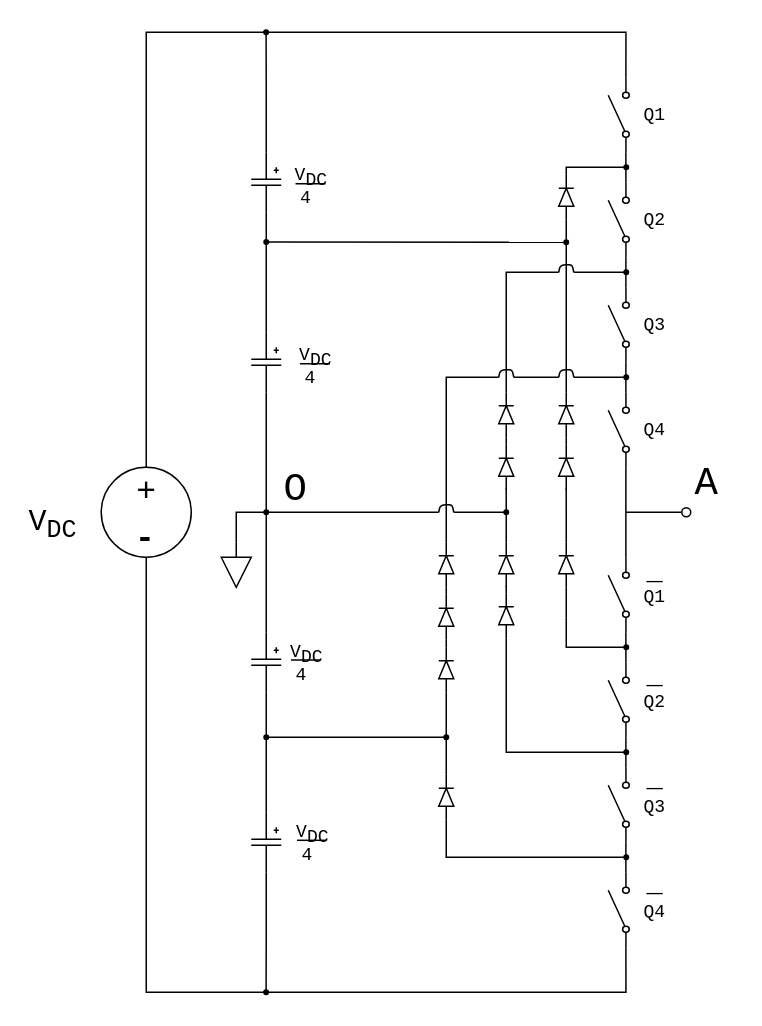
Before: DCMI.drawio in thece36/drawio, a draw.io diagram. Source tidied: cells renumbered, new cells numbered last; positions are measured from the earlier drawing's top-left corner, leaving out a move shared by most shapes. Both pictures are drawn from the tidied source at 150%, with x=0, y=0 at pixel (26, 32).
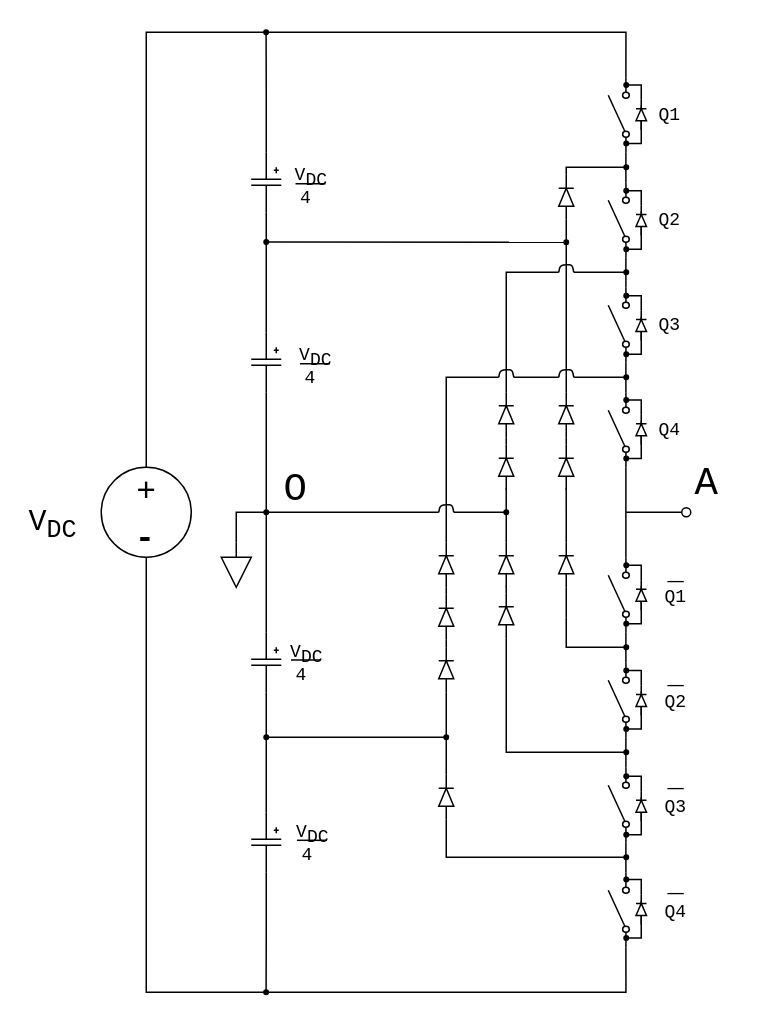
Above is the later version.

The edit, as a diff of the source:
```diff
@@
     <mxCell id="77" value="&lt;font face=&quot;Courier New&quot;&gt;Q1&lt;/font&gt;" style="text;html=1;align=left;verticalAlign=top;spacingTop=-4;" parent="1" vertex="1">
-      <mxGeometry x="410" y="45" width="25" height="20" as="geometry" />
+      <mxGeometry x="420" y="45" width="25" height="20" as="geometry" />
     </mxCell>
     <mxCell id="78" value="&lt;font face=&quot;Courier New&quot;&gt;Q2&lt;/font&gt;" style="text;html=1;align=left;verticalAlign=top;spacingTop=-4;" parent="1" vertex="1">
-      <mxGeometry x="410" y="115" width="25" height="20" as="geometry" />
+      <mxGeometry x="420" y="115" width="25" height="20" as="geometry" />
     </mxCell>
     <mxCell id="79" value="&lt;font face=&quot;Courier New&quot;&gt;Q3&lt;/font&gt;" style="text;html=1;align=left;verticalAlign=top;spacingTop=-4;" parent="1" vertex="1">
-      <mxGeometry x="410" y="185" width="25" height="20" as="geometry" />
+      <mxGeometry x="420" y="185" width="25" height="20" as="geometry" />
     </mxCell>
     <mxCell id="80" value="&lt;font face=&quot;Courier New&quot;&gt;Q4&lt;/font&gt;" style="text;html=1;align=left;verticalAlign=top;spacingTop=-4;" parent="1" vertex="1">
-      <mxGeometry x="410" y="255" width="25" height="20" as="geometry" />
+      <mxGeometry x="420" y="255" width="25" height="20" as="geometry" />
     </mxCell>
     <mxCell id="81" value="&lt;font face=&quot;Courier New&quot;&gt;Q1&lt;/font&gt;" style="text;html=1;align=left;verticalAlign=top;spacingTop=-4;" parent="1" vertex="1">
-      <mxGeometry x="410" y="365.6" width="25" height="20" as="geometry" />
+      <mxGeometry x="424" y="365.6" width="25" height="20" as="geometry" />
     </mxCell>
     <mxCell id="82" value="&lt;font face=&quot;Courier New&quot;&gt;Q2&lt;/font&gt;" style="text;html=1;align=left;verticalAlign=top;spacingTop=-4;" parent="1" vertex="1">
-      <mxGeometry x="410" y="435.6" width="25" height="20" as="geometry" />
+      <mxGeometry x="424" y="435.6" width="25" height="20" as="geometry" />
     </mxCell>
     <mxCell id="83" value="&lt;font face=&quot;Courier New&quot;&gt;Q3&lt;/font&gt;" style="text;html=1;align=left;verticalAlign=top;spacingTop=-4;" parent="1" vertex="1">
-      <mxGeometry x="410" y="505.6" width="25" height="20" as="geometry" />
+      <mxGeometry x="424" y="505.6" width="25" height="20" as="geometry" />
     </mxCell>
     <mxCell id="84" value="&lt;font face=&quot;Courier New&quot;&gt;Q4&lt;/font&gt;" style="text;html=1;align=left;verticalAlign=top;spacingTop=-4;" parent="1" vertex="1">
-      <mxGeometry x="410" y="575.6" width="25" height="20" as="geometry" />
+      <mxGeometry x="424" y="575.6" width="25" height="20" as="geometry" />
     </mxCell>
     <mxCell id="85" value="&lt;font style=&quot;font-size: 18px;&quot; face=&quot;Courier New&quot;&gt;_&lt;/font&gt;" style="text;html=1;align=left;verticalAlign=top;spacingTop=-4;fontSize=18;" parent="1" vertex="1">
-      <mxGeometry x="412" y="345.5" width="20" height="20" as="geometry" />
+      <mxGeometry x="426" y="345.5" width="20" height="20" as="geometry" />
     </mxCell>
     <mxCell id="86" value="&lt;font style=&quot;font-size: 18px;&quot; face=&quot;Courier New&quot;&gt;_&lt;/font&gt;" style="text;html=1;align=left;verticalAlign=top;spacingTop=-4;fontSize=18;" parent="1" vertex="1">
-      <mxGeometry x="412" y="415" width="20" height="20" as="geometry" />
+      <mxGeometry x="426" y="415" width="20" height="20" as="geometry" />
     </mxCell>
     <mxCell id="87" value="&lt;font style=&quot;font-size: 18px;&quot; face=&quot;Courier New&quot;&gt;_&lt;/font&gt;" style="text;html=1;align=left;verticalAlign=top;spacingTop=-4;fontSize=18;" parent="1" vertex="1">
-      <mxGeometry x="412" y="484" width="20" height="20" as="geometry" />
+      <mxGeometry x="426" y="484" width="20" height="20" as="geometry" />
     </mxCell>
     <mxCell id="88" value="&lt;font style=&quot;font-size: 18px;&quot; face=&quot;Courier New&quot;&gt;_&lt;/font&gt;" style="text;html=1;align=left;verticalAlign=top;spacingTop=-4;fontSize=18;" parent="1" vertex="1">
-      <mxGeometry x="412" y="554" width="20" height="20" as="geometry" />
+      <mxGeometry x="426" y="554" width="20" height="20" as="geometry" />
     </mxCell>
@@
+    <mxCell id="105" style="edgeStyle=orthogonalEdgeStyle;rounded=0;jettySize=auto;html=1;exitX=1;exitY=0.5;exitDx=0;exitDy=0;exitPerimeter=0;startSize=5;endArrow=oval;endFill=1;endSize=3;" parent="1" edge="1" source="107">
+      <mxGeometry relative="1" as="geometry">
+        <mxPoint x="400" y="35.1" as="targetPoint" />
+        <Array as="points">
+          <mxPoint x="410" y="35" />
+        </Array>
+      </mxGeometry>
+    </mxCell>
+    <mxCell id="106" style="edgeStyle=orthogonalEdgeStyle;rounded=0;orthogonalLoop=1;jettySize=auto;html=1;exitX=0;exitY=0.5;exitDx=0;exitDy=0;exitPerimeter=0;startSize=5;endArrow=oval;endFill=1;endSize=3;" parent="1" edge="1">
+      <mxGeometry relative="1" as="geometry">
+        <mxPoint x="410" y="49" as="sourcePoint" />
+        <mxPoint x="400" y="74.1" as="targetPoint" />
+        <Array as="points">
+          <mxPoint x="410" y="74" />
+        </Array>
+      </mxGeometry>
+    </mxCell>
+    <mxCell id="107" style="fillColor=#000000;verticalLabelPosition=bottom;shadow=0;dashed=0;align=center;fillColor=#ffffff;html=1;verticalAlign=top;strokeWidth=1;shape=mxgraph.electrical.diodes.diode;direction=north;" parent="1" vertex="1">
+      <mxGeometry x="406.5" y="45" width="7" height="20" as="geometry" />
+    </mxCell>
+    <mxCell id="108" style="edgeStyle=orthogonalEdgeStyle;rounded=0;jettySize=auto;html=1;exitX=1;exitY=0.5;exitDx=0;exitDy=0;exitPerimeter=0;startSize=5;endArrow=oval;endFill=1;endSize=3;" parent="1" edge="1" source="110">
+      <mxGeometry relative="1" as="geometry">
+        <mxPoint x="400" y="105.6" as="targetPoint" />
+        <Array as="points">
+          <mxPoint x="410" y="105.5" />
+        </Array>
+      </mxGeometry>
+    </mxCell>
+    <mxCell id="109" style="edgeStyle=orthogonalEdgeStyle;rounded=0;orthogonalLoop=1;jettySize=auto;html=1;exitX=0;exitY=0.5;exitDx=0;exitDy=0;exitPerimeter=0;startSize=5;endArrow=oval;endFill=1;endSize=3;" parent="1" edge="1">
+      <mxGeometry relative="1" as="geometry">
+        <mxPoint x="410" y="119.5" as="sourcePoint" />
+        <mxPoint x="400" y="144.6" as="targetPoint" />
+        <Array as="points">
+          <mxPoint x="410" y="144.5" />
+        </Array>
+      </mxGeometry>
+    </mxCell>
+    <mxCell id="110" style="fillColor=#000000;verticalLabelPosition=bottom;shadow=0;dashed=0;align=center;fillColor=#ffffff;html=1;verticalAlign=top;strokeWidth=1;shape=mxgraph.electrical.diodes.diode;direction=north;" parent="1" vertex="1">
+      <mxGeometry x="406.5" y="115.5" width="7" height="20" as="geometry" />
+    </mxCell>
+    <mxCell id="111" style="edgeStyle=orthogonalEdgeStyle;rounded=0;jettySize=auto;html=1;exitX=1;exitY=0.5;exitDx=0;exitDy=0;exitPerimeter=0;startSize=5;endArrow=oval;endFill=1;endSize=3;" parent="1" edge="1" source="113">
+      <mxGeometry relative="1" as="geometry">
+        <mxPoint x="400" y="175.6" as="targetPoint" />
+        <Array as="points">
+          <mxPoint x="410" y="175.5" />
+        </Array>
+      </mxGeometry>
+    </mxCell>
+    <mxCell id="112" style="edgeStyle=orthogonalEdgeStyle;rounded=0;orthogonalLoop=1;jettySize=auto;html=1;exitX=0;exitY=0.5;exitDx=0;exitDy=0;exitPerimeter=0;startSize=5;endArrow=oval;endFill=1;endSize=3;" parent="1" edge="1">
+      <mxGeometry relative="1" as="geometry">
+        <mxPoint x="410" y="189.5" as="sourcePoint" />
+        <mxPoint x="400" y="214.6" as="targetPoint" />
+        <Array as="points">
+          <mxPoint x="410" y="214.5" />
+        </Array>
+      </mxGeometry>
+    </mxCell>
+    <mxCell id="113" style="fillColor=#000000;verticalLabelPosition=bottom;shadow=0;dashed=0;align=center;fillColor=#ffffff;html=1;verticalAlign=top;strokeWidth=1;shape=mxgraph.electrical.diodes.diode;direction=north;" parent="1" vertex="1">
+      <mxGeometry x="406.5" y="185.5" width="7" height="20" as="geometry" />
+    </mxCell>
+    <mxCell id="114" style="edgeStyle=orthogonalEdgeStyle;rounded=0;jettySize=auto;html=1;exitX=1;exitY=0.5;exitDx=0;exitDy=0;exitPerimeter=0;startSize=5;endArrow=oval;endFill=1;endSize=3;" parent="1" edge="1" source="116">
+      <mxGeometry relative="1" as="geometry">
+        <mxPoint x="400" y="245.1" as="targetPoint" />
+        <Array as="points">
+          <mxPoint x="410" y="245" />
+        </Array>
+      </mxGeometry>
+    </mxCell>
+    <mxCell id="115" style="edgeStyle=orthogonalEdgeStyle;rounded=0;orthogonalLoop=1;jettySize=auto;html=1;exitX=0;exitY=0.5;exitDx=0;exitDy=0;exitPerimeter=0;startSize=5;endArrow=oval;endFill=1;endSize=3;" parent="1" edge="1">
+      <mxGeometry relative="1" as="geometry">
+        <mxPoint x="410" y="259" as="sourcePoint" />
+        <mxPoint x="400" y="284.1" as="targetPoint" />
+        <Array as="points">
+          <mxPoint x="410" y="284" />
+        </Array>
+      </mxGeometry>
+    </mxCell>
+    <mxCell id="116" style="fillColor=#000000;verticalLabelPosition=bottom;shadow=0;dashed=0;align=center;fillColor=#ffffff;html=1;verticalAlign=top;strokeWidth=1;shape=mxgraph.electrical.diodes.diode;direction=north;" parent="1" vertex="1">
+      <mxGeometry x="406.5" y="255" width="7" height="20" as="geometry" />
+    </mxCell>
+    <mxCell id="117" style="edgeStyle=orthogonalEdgeStyle;rounded=0;jettySize=auto;html=1;exitX=1;exitY=0.5;exitDx=0;exitDy=0;exitPerimeter=0;startSize=5;endArrow=oval;endFill=1;endSize=3;" parent="1" edge="1" source="119">
+      <mxGeometry relative="1" as="geometry">
+        <mxPoint x="400" y="355.3" as="targetPoint" />
+        <Array as="points">
+          <mxPoint x="410" y="355.3" />
+        </Array>
+      </mxGeometry>
+    </mxCell>
+    <mxCell id="118" style="edgeStyle=orthogonalEdgeStyle;rounded=0;orthogonalLoop=1;jettySize=auto;html=1;exitX=0;exitY=0.5;exitDx=0;exitDy=0;exitPerimeter=0;startSize=5;endArrow=oval;endFill=1;endSize=3;" parent="1" edge="1">
+      <mxGeometry relative="1" as="geometry">
+        <mxPoint x="410" y="369.3" as="sourcePoint" />
+        <mxPoint x="400" y="394.3" as="targetPoint" />
+        <Array as="points">
+          <mxPoint x="410" y="394.3" />
+        </Array>
+      </mxGeometry>
+    </mxCell>
+    <mxCell id="119" style="fillColor=#000000;verticalLabelPosition=bottom;shadow=0;dashed=0;align=center;fillColor=#ffffff;html=1;verticalAlign=top;strokeWidth=1;shape=mxgraph.electrical.diodes.diode;direction=north;" parent="1" vertex="1">
+      <mxGeometry x="406.5" y="365.3" width="7" height="20" as="geometry" />
+    </mxCell>
+    <mxCell id="120" style="edgeStyle=orthogonalEdgeStyle;rounded=0;jettySize=auto;html=1;exitX=1;exitY=0.5;exitDx=0;exitDy=0;exitPerimeter=0;startSize=5;endArrow=oval;endFill=1;endSize=3;" parent="1" edge="1" source="122">
+      <mxGeometry relative="1" as="geometry">
+        <mxPoint x="400" y="564.8" as="targetPoint" />
+        <Array as="points">
+          <mxPoint x="410" y="564.8" />
+        </Array>
+      </mxGeometry>
+    </mxCell>
+    <mxCell id="121" style="edgeStyle=orthogonalEdgeStyle;rounded=0;orthogonalLoop=1;jettySize=auto;html=1;exitX=0;exitY=0.5;exitDx=0;exitDy=0;exitPerimeter=0;startSize=5;endArrow=oval;endFill=1;endSize=3;" parent="1" edge="1">
+      <mxGeometry relative="1" as="geometry">
+        <mxPoint x="410" y="578.8" as="sourcePoint" />
+        <mxPoint x="400" y="603.8" as="targetPoint" />
+        <Array as="points">
+          <mxPoint x="410" y="603.8" />
+        </Array>
+      </mxGeometry>
+    </mxCell>
+    <mxCell id="122" style="fillColor=#000000;verticalLabelPosition=bottom;shadow=0;dashed=0;align=center;fillColor=#ffffff;html=1;verticalAlign=top;strokeWidth=1;shape=mxgraph.electrical.diodes.diode;direction=north;" parent="1" vertex="1">
+      <mxGeometry x="406.5" y="574.8" width="7" height="20" as="geometry" />
+    </mxCell>
+    <mxCell id="123" style="edgeStyle=orthogonalEdgeStyle;rounded=0;jettySize=auto;html=1;exitX=1;exitY=0.5;exitDx=0;exitDy=0;exitPerimeter=0;startSize=5;endArrow=oval;endFill=1;endSize=3;" parent="1" edge="1" source="125">
+      <mxGeometry relative="1" as="geometry">
+        <mxPoint x="400" y="496" as="targetPoint" />
+        <Array as="points">
+          <mxPoint x="410" y="496" />
+        </Array>
+      </mxGeometry>
+    </mxCell>
+    <mxCell id="124" style="edgeStyle=orthogonalEdgeStyle;rounded=0;orthogonalLoop=1;jettySize=auto;html=1;exitX=0;exitY=0.5;exitDx=0;exitDy=0;exitPerimeter=0;startSize=5;endArrow=oval;endFill=1;endSize=3;" parent="1" edge="1">
+      <mxGeometry relative="1" as="geometry">
+        <mxPoint x="410" y="510" as="sourcePoint" />
+        <mxPoint x="400" y="535" as="targetPoint" />
+        <Array as="points">
+          <mxPoint x="410" y="535" />
+        </Array>
+      </mxGeometry>
+    </mxCell>
+    <mxCell id="125" style="fillColor=#000000;verticalLabelPosition=bottom;shadow=0;dashed=0;align=center;fillColor=#ffffff;html=1;verticalAlign=top;strokeWidth=1;shape=mxgraph.electrical.diodes.diode;direction=north;" parent="1" vertex="1">
+      <mxGeometry x="406.5" y="506" width="7" height="20" as="geometry" />
+    </mxCell>
+    <mxCell id="126" style="edgeStyle=orthogonalEdgeStyle;rounded=0;jettySize=auto;html=1;exitX=1;exitY=0.5;exitDx=0;exitDy=0;exitPerimeter=0;startSize=5;endArrow=oval;endFill=1;endSize=3;" parent="1" edge="1" source="128">
+      <mxGeometry relative="1" as="geometry">
+        <mxPoint x="400" y="425.5" as="targetPoint" />
+        <Array as="points">
+          <mxPoint x="410" y="425.5" />
+        </Array>
+      </mxGeometry>
+    </mxCell>
+    <mxCell id="127" style="edgeStyle=orthogonalEdgeStyle;rounded=0;orthogonalLoop=1;jettySize=auto;html=1;exitX=0;exitY=0.5;exitDx=0;exitDy=0;exitPerimeter=0;startSize=5;endArrow=oval;endFill=1;endSize=3;" parent="1" edge="1">
+      <mxGeometry relative="1" as="geometry">
+        <mxPoint x="410" y="439.5" as="sourcePoint" />
+        <mxPoint x="400" y="464.5" as="targetPoint" />
+        <Array as="points">
+          <mxPoint x="410" y="464.5" />
+        </Array>
+      </mxGeometry>
+    </mxCell>
+    <mxCell id="128" style="fillColor=#000000;verticalLabelPosition=bottom;shadow=0;dashed=0;align=center;fillColor=#ffffff;html=1;verticalAlign=top;strokeWidth=1;shape=mxgraph.electrical.diodes.diode;direction=north;" parent="1" vertex="1">
+      <mxGeometry x="406.5" y="435.5" width="7" height="20" as="geometry" />
+    </mxCell>
```
